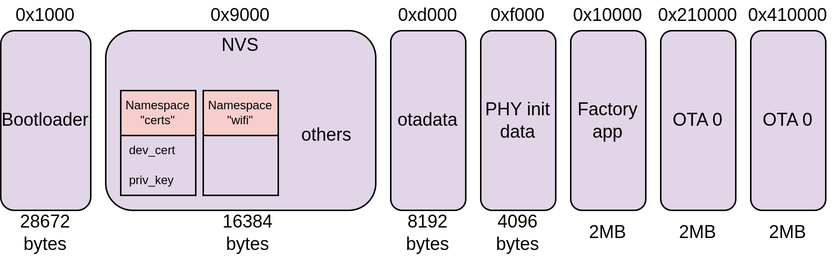
Before: Figures/fw_parttab2.png, a diagram exported from draw.io (mauriciobarroso/UBA_MSE-6Co2021_TI). Source tidied: cells renumbered, new cells last; positions are measured from the earlier drawing's top-left corner, leaving out a move shared by most shapes.
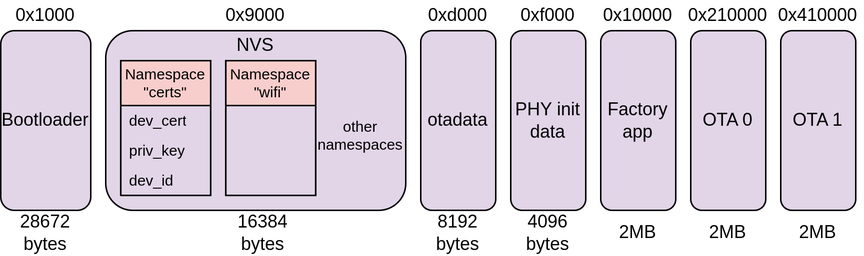
After the commit.

Change to the diagram source:
```diff
@@ -3,10 +3,10 @@
     <mxCell id="0" />
     <mxCell id="1" parent="0" />
     <mxCell id="2" value="Bootloader" style="rounded=1;whiteSpace=wrap;html=1;fillColor=#e1d5e7;strokeColor=default;" parent="1" vertex="1">
-      <mxGeometry y="20" width="60" height="120" as="geometry" />
+      <mxGeometry x="-20" y="20" width="60" height="120" as="geometry" />
     </mxCell>
-    <mxCell id="3" style="rounded=1;whiteSpace=wrap;html=1;fillColor=#e1d5e7;strokeColor=default;" parent="1" vertex="1">
-      <mxGeometry x="70" y="20" width="180" height="120" as="geometry" />
+    <mxCell id="3" style="rounded=1;whiteSpace=wrap;html=1;fillColor=#e1d5e7;strokeColor=default;fontSize=9;" parent="1" vertex="1">
+      <mxGeometry x="50" y="20" width="200" height="120" as="geometry" />
     </mxCell>
     <mxCell id="4" value="PHY init data" style="rounded=1;whiteSpace=wrap;html=1;fillColor=#e1d5e7;strokeColor=default;" parent="1" vertex="1">
       <mxGeometry x="320" y="20" width="50" height="120" as="geometry" />
@@ -15,10 +15,10 @@
       <mxGeometry x="380" y="20" width="50" height="120" as="geometry" />
     </mxCell>
     <mxCell id="6" value="0x1000" style="text;html=1;strokeColor=none;fillColor=none;align=center;verticalAlign=middle;whiteSpace=wrap;rounded=0;" parent="1" vertex="1">
-      <mxGeometry x="5" width="50" height="20" as="geometry" />
+      <mxGeometry x="-15" width="50" height="20" as="geometry" />
     </mxCell>
     <mxCell id="7" value="0x9000" style="text;html=1;strokeColor=none;fillColor=none;align=center;verticalAlign=middle;whiteSpace=wrap;rounded=0;" parent="1" vertex="1">
-      <mxGeometry x="135" width="50" height="20" as="geometry" />
+      <mxGeometry x="125" width="50" height="20" as="geometry" />
     </mxCell>
     <mxCell id="8" value="0xf000" style="text;html=1;strokeColor=none;fillColor=none;align=center;verticalAlign=middle;whiteSpace=wrap;rounded=0;" parent="1" vertex="1">
       <mxGeometry x="320" width="50" height="20" as="geometry" />
@@ -30,10 +30,10 @@
       <mxGeometry x="380" y="70" width="50" height="20" as="geometry" />
     </mxCell>
     <mxCell id="11" value="28672 bytes" style="text;html=1;strokeColor=none;fillColor=none;align=center;verticalAlign=middle;whiteSpace=wrap;rounded=0;" parent="1" vertex="1">
-      <mxGeometry y="140" width="60" height="30" as="geometry" />
+      <mxGeometry x="-20" y="140" width="60" height="30" as="geometry" />
     </mxCell>
     <mxCell id="12" value="16384 bytes" style="text;html=1;strokeColor=none;fillColor=none;align=center;verticalAlign=middle;whiteSpace=wrap;rounded=0;" parent="1" vertex="1">
-      <mxGeometry x="135" y="140" width="60" height="30" as="geometry" />
+      <mxGeometry x="125" y="140" width="60" height="30" as="geometry" />
     </mxCell>
     <mxCell id="13" value="4096 bytes" style="text;html=1;strokeColor=none;fillColor=none;align=center;verticalAlign=middle;whiteSpace=wrap;rounded=0;" parent="1" vertex="1">
       <mxGeometry x="315" y="140" width="60" height="30" as="geometry" />
@@ -62,7 +62,7 @@
     <mxCell id="21" style="rounded=1;whiteSpace=wrap;html=1;fillColor=#e1d5e7;strokeColor=default;" parent="1" vertex="1">
       <mxGeometry x="500" y="20" width="50" height="120" as="geometry" />
     </mxCell>
-    <mxCell id="22" value="OTA 0" style="text;html=1;strokeColor=none;fillColor=none;align=center;verticalAlign=middle;whiteSpace=wrap;rounded=0;" parent="1" vertex="1">
+    <mxCell id="22" value="OTA 1" style="text;html=1;strokeColor=none;fillColor=none;align=center;verticalAlign=middle;whiteSpace=wrap;rounded=0;" parent="1" vertex="1">
       <mxGeometry x="500" y="70" width="50" height="20" as="geometry" />
     </mxCell>
     <mxCell id="23" value="otadata" style="rounded=1;whiteSpace=wrap;html=1;fillColor=#e1d5e7;strokeColor=default;" parent="1" vertex="1">
@@ -75,22 +75,25 @@
       <mxGeometry x="255" y="140" width="60" height="30" as="geometry" />
     </mxCell>
     <mxCell id="26" value="NVS" style="text;html=1;strokeColor=none;fillColor=none;align=center;verticalAlign=middle;whiteSpace=wrap;rounded=0;" parent="1" vertex="1">
-      <mxGeometry x="130" y="20" width="60" height="20" as="geometry" />
+      <mxGeometry x="120" y="20" width="60" height="20" as="geometry" />
     </mxCell>
-    <mxCell id="27" value="Namespace &quot;certs&quot;" style="swimlane;fontStyle=0;horizontal=1;startSize=30;whiteSpace=wrap;html=1;fontSize=8;fillColor=#f8cecc;strokeColor=default;" parent="1" vertex="1">
-      <mxGeometry x="80" y="60" width="50" height="70" as="geometry" />
+    <mxCell id="27" value="Namespace &quot;certs&quot;" style="swimlane;fontStyle=0;horizontal=1;startSize=30;whiteSpace=wrap;html=1;fontSize=10;fillColor=#f8cecc;strokeColor=default;" parent="1" vertex="1">
+      <mxGeometry x="60" y="40" width="60" height="90" as="geometry" />
     </mxCell>
-    <mxCell id="28" value="dev_cert" style="text;strokeColor=none;fillColor=none;align=left;verticalAlign=middle;spacingLeft=4;spacingRight=4;overflow=hidden;whiteSpace=wrap;html=1;fontSize=8;" parent="27" vertex="1">
-      <mxGeometry y="30" width="50" height="20" as="geometry" />
+    <mxCell id="28" value="dev_cert" style="text;strokeColor=none;fillColor=none;align=left;verticalAlign=middle;spacingLeft=4;spacingRight=4;overflow=hidden;whiteSpace=wrap;html=1;fontSize=10;" parent="27" vertex="1">
+      <mxGeometry y="30" width="60" height="20" as="geometry" />
     </mxCell>
-    <mxCell id="29" value="priv_key" style="text;strokeColor=none;fillColor=none;align=left;verticalAlign=middle;spacingLeft=4;spacingRight=4;overflow=hidden;whiteSpace=wrap;html=1;fontSize=8;" parent="27" vertex="1">
-      <mxGeometry y="50" width="50" height="20" as="geometry" />
+    <mxCell id="29" value="priv_key" style="text;strokeColor=none;fillColor=none;align=left;verticalAlign=middle;spacingLeft=4;spacingRight=4;overflow=hidden;whiteSpace=wrap;html=1;fontSize=10;" parent="27" vertex="1">
+      <mxGeometry y="50" width="60" height="20" as="geometry" />
     </mxCell>
-    <mxCell id="30" value="Namespace &quot;wifi&quot;" style="swimlane;fontStyle=0;horizontal=1;startSize=30;whiteSpace=wrap;html=1;fontSize=8;fillColor=#f8cecc;strokeColor=default;" parent="1" vertex="1">
-      <mxGeometry x="135" y="60" width="50" height="70" as="geometry" />
+    <mxCell id="30" value="dev_id" style="text;strokeColor=none;fillColor=none;align=left;verticalAlign=middle;spacingLeft=4;spacingRight=4;overflow=hidden;whiteSpace=wrap;html=1;fontSize=10;" parent="27" vertex="1">
+      <mxGeometry y="70" width="60" height="20" as="geometry" />
     </mxCell>
-    <mxCell id="31" value="others" style="text;html=1;strokeColor=none;fillColor=none;align=center;verticalAlign=middle;whiteSpace=wrap;rounded=0;" parent="1" vertex="1">
-      <mxGeometry x="185" y="75" width="65" height="30" as="geometry" />
+    <mxCell id="31" value="Namespace &quot;wifi&quot;" style="swimlane;fontStyle=0;horizontal=1;startSize=30;whiteSpace=wrap;html=1;fontSize=10;fillColor=#f8cecc;strokeColor=default;" parent="1" vertex="1">
+      <mxGeometry x="130" y="40" width="60" height="90" as="geometry" />
     </mxCell>
+    <mxCell id="32" value="other namespaces" style="text;html=1;strokeColor=none;fillColor=none;align=center;verticalAlign=middle;whiteSpace=wrap;rounded=0;fontSize=10;" parent="1" vertex="1">
+      <mxGeometry x="195" y="75" width="50" height="30" as="geometry" />
+    </mxCell>
   </root>
 </mxGraphModel>
```
